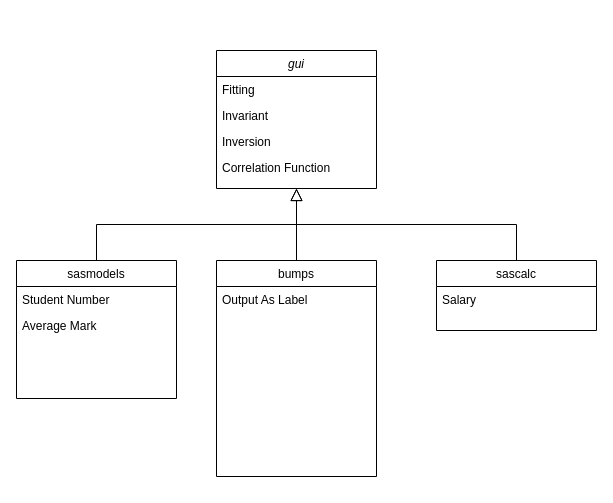
This is Untitled Diagram.drawio from wpotrzebowski/GHactions, a draw.io file, before an edit. Source tidied: cells renumbered, new cells numbered last; positions are measured from the earlier drawing's top-left corner, leaving out a move shared by most shapes. Both pictures are drawn from the tidied source at 100%, with x=0, y=0 at pixel (16, 50).
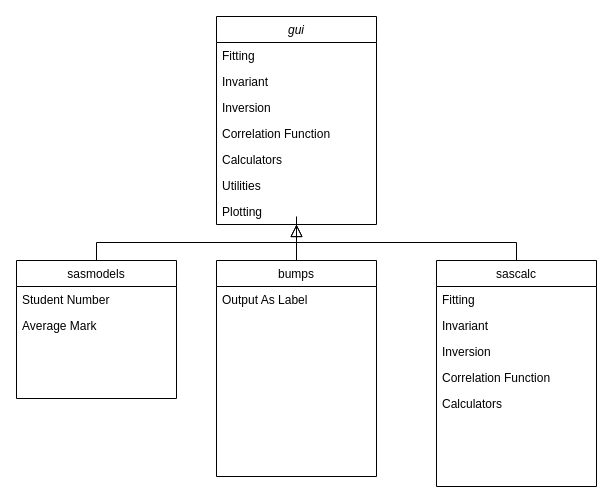
The same diagram, later.

The change refers to these unchanged cells:
```xml
<mxCell id="14" value="bumps" style="swimlane;fontStyle=0;align=center;verticalAlign=top;horizontal=1;startSize=26;rounded=0;shadow=0;strokeWidth=1;" parent="1" vertex="1">
  <mxGeometry x="200" y="210" width="160" height="216" as="geometry" />
</mxCell>
```

The edit, as a diff of the source:
```diff
@@
     <mxCell id="4" value="gui" style="swimlane;fontStyle=2;align=center;verticalAlign=top;horizontal=1;startSize=26;rounded=0;shadow=0;strokeWidth=1;" parent="1" vertex="1">
-      <mxGeometry x="200" width="160" height="138" as="geometry" />
+      <mxGeometry x="200" y="-34" width="160" height="208" as="geometry" />
     </mxCell>
@@
+    <mxCell id="17" value="Calculators" style="text;align=left;verticalAlign=top;spacingLeft=4;spacingRight=4;overflow=hidden;rounded=0;shadow=0;html=0;" parent="4" vertex="1">
+      <mxGeometry y="130" width="160" height="26" as="geometry" />
+    </mxCell>
+    <mxCell id="18" value="Utilities" style="text;align=left;verticalAlign=top;spacingLeft=4;spacingRight=4;overflow=hidden;rounded=0;shadow=0;html=0;" parent="4" vertex="1">
+      <mxGeometry y="156" width="160" height="26" as="geometry" />
+    </mxCell>
+    <mxCell id="19" value="Plotting" style="text;align=left;verticalAlign=top;spacingLeft=4;spacingRight=4;overflow=hidden;rounded=0;shadow=0;html=0;" parent="4" vertex="1">
+      <mxGeometry y="182" width="160" height="26" as="geometry" />
+    </mxCell>
     <mxCell id="9" value="sascalc" style="swimlane;fontStyle=0;align=center;verticalAlign=top;horizontal=1;startSize=26;rounded=0;shadow=0;strokeWidth=1;" parent="1" vertex="1">
-      <mxGeometry x="420" y="210" width="160" height="70" as="geometry" />
+      <mxGeometry x="420" y="210" width="160" height="226" as="geometry" />
     </mxCell>
-    <mxCell id="10" value="Salary" style="text;align=left;verticalAlign=top;spacingLeft=4;spacingRight=4;overflow=hidden;" parent="9" vertex="1">
+    <mxCell id="10" value="Fitting &#10;&#10;" style="text;align=left;verticalAlign=top;spacingLeft=4;spacingRight=4;overflow=hidden;" parent="9" vertex="1">
       <mxGeometry y="26" width="160" height="26" as="geometry" />
     </mxCell>
+    <mxCell id="20" value="Invariant " style="text;align=left;verticalAlign=top;spacingLeft=4;spacingRight=4;overflow=hidden;rounded=0;shadow=0;html=0;" parent="9" vertex="1">
+      <mxGeometry y="52" width="160" height="26" as="geometry" />
+    </mxCell>
+    <mxCell id="21" value="Inversion" style="text;align=left;verticalAlign=top;spacingLeft=4;spacingRight=4;overflow=hidden;rounded=0;shadow=0;html=0;" parent="9" vertex="1">
+      <mxGeometry y="78" width="160" height="26" as="geometry" />
+    </mxCell>
+    <mxCell id="22" value="Correlation Function" style="text;align=left;verticalAlign=top;spacingLeft=4;spacingRight=4;overflow=hidden;rounded=0;shadow=0;html=0;" parent="9" vertex="1">
+      <mxGeometry y="104" width="160" height="26" as="geometry" />
+    </mxCell>
+    <mxCell id="23" value="Calculators" style="text;align=left;verticalAlign=top;spacingLeft=4;spacingRight=4;overflow=hidden;rounded=0;shadow=0;html=0;" parent="9" vertex="1">
+      <mxGeometry y="130" width="160" height="26" as="geometry" />
+    </mxCell>
@@
     <mxCell id="16" style="endArrow=none;html=1;exitX=0.5;exitY=0;exitDx=0;exitDy=0;" parent="1" edge="1" source="14">
       <mxGeometry relative="1" as="geometry">
-        <mxPoint x="280" y="170" as="targetPoint" />
+        <mxPoint x="280" y="166" as="targetPoint" />
       </mxGeometry>
     </mxCell>
```
